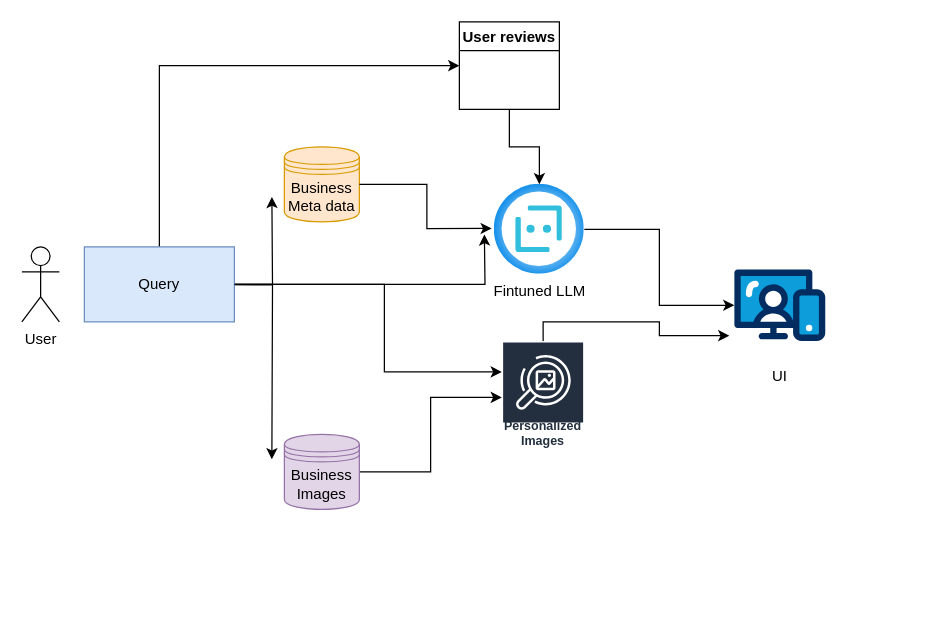
saidineshpola/BasicSR keeps this draw.io diagram as r-bot.drawio. Above is the earlier version. Source tidied: cells renumbered, new cells numbered last; positions are measured from the earlier drawing's top-left corner, leaving out a move shared by most shapes. Both pictures are drawn from the tidied source at 125%, with x=0, y=0 at pixel (21, 21).
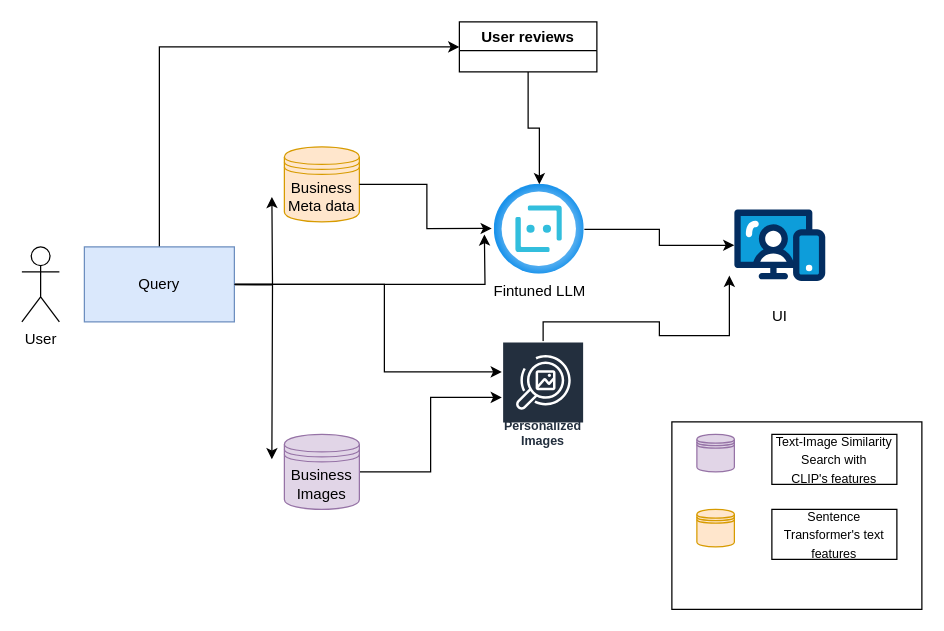
Above is the later version.

The edit, as a diff of the source:
```diff
@@
     <mxCell id="16" value="UI" style="verticalLabelPosition=bottom;html=1;shape=mxgraph.salesforce.web;" parent="1" vertex="1">
-      <mxGeometry x="570" y="198" width="72.7" height="57.4" as="geometry" />
+      <mxGeometry x="570" y="150" width="72.7" height="57.4" as="geometry" />
     </mxCell>
@@
-    <mxCell id="19" value="User reviews" style="swimlane;" parent="1" vertex="1">
-      <mxGeometry x="350" width="80" height="70" as="geometry" />
+    <mxCell id="19" value="User reviews" style="swimlane;" parent="1" vertex="1" collapsed="1">
+      <mxGeometry x="350" width="110" height="40" as="geometry" />
     </mxCell>
+    <mxCell id="20" style="rounded=0;whiteSpace=wrap;html=1;" parent="1" vertex="1">
+      <mxGeometry x="520" y="320" width="200" height="150" as="geometry" />
+    </mxCell>
+    <mxCell id="21" style="shape=datastore;whiteSpace=wrap;html=1;fillColor=#e1d5e7;strokeColor=#9673a6;" parent="1" vertex="1">
+      <mxGeometry x="540" y="330" width="30" height="30" as="geometry" />
+    </mxCell>
+    <mxCell id="22" value="&lt;font style=&quot;font-size: 10px;&quot;&gt;Text-Image Similarity Search with&lt;br&gt;CLIP's features&lt;/font&gt;" style="whiteSpace=wrap;html=1;align=center;" parent="1" vertex="1">
+      <mxGeometry x="600" y="330" width="100" height="40" as="geometry" />
+    </mxCell>
+    <mxCell id="23" style="shape=datastore;whiteSpace=wrap;html=1;fillColor=#ffe6cc;strokeColor=#d79b00;" parent="1" vertex="1">
+      <mxGeometry x="540" y="390" width="30" height="30" as="geometry" />
+    </mxCell>
+    <mxCell id="24" value="&lt;font style=&quot;font-size: 10px;&quot;&gt;Sentence Transformer's text features&lt;/font&gt;" style="whiteSpace=wrap;html=1;align=center;" parent="1" vertex="1">
+      <mxGeometry x="600" y="390" width="100" height="40" as="geometry" />
+    </mxCell>
```
